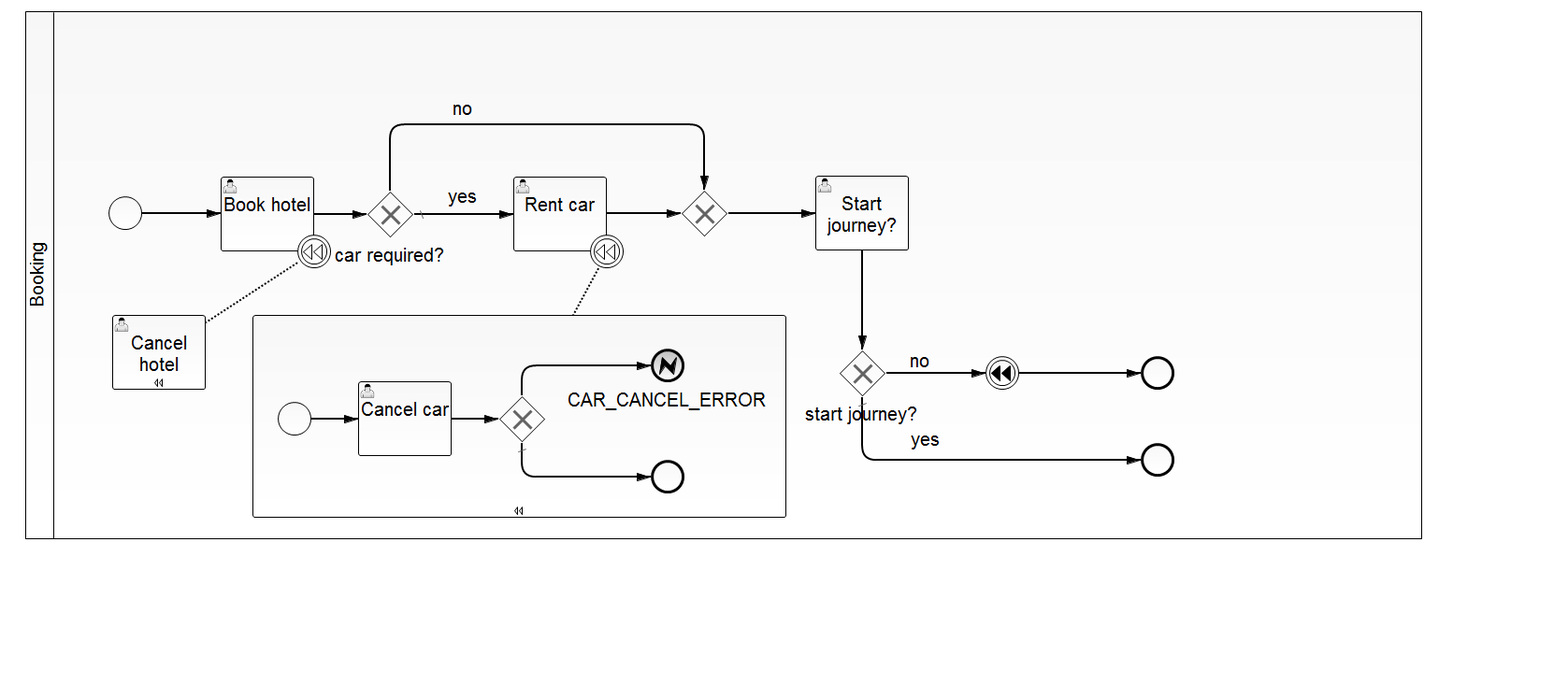
This is bpmn-server/src/main/resources/CompensationTest.png from gheddie/bpmn_watcher_all_new, a BPMN export, as it was before one commit. Its source is kept beside it as bpmn-server/src/main/resources/CompensationTest.bpmn. Ids are renumbered.
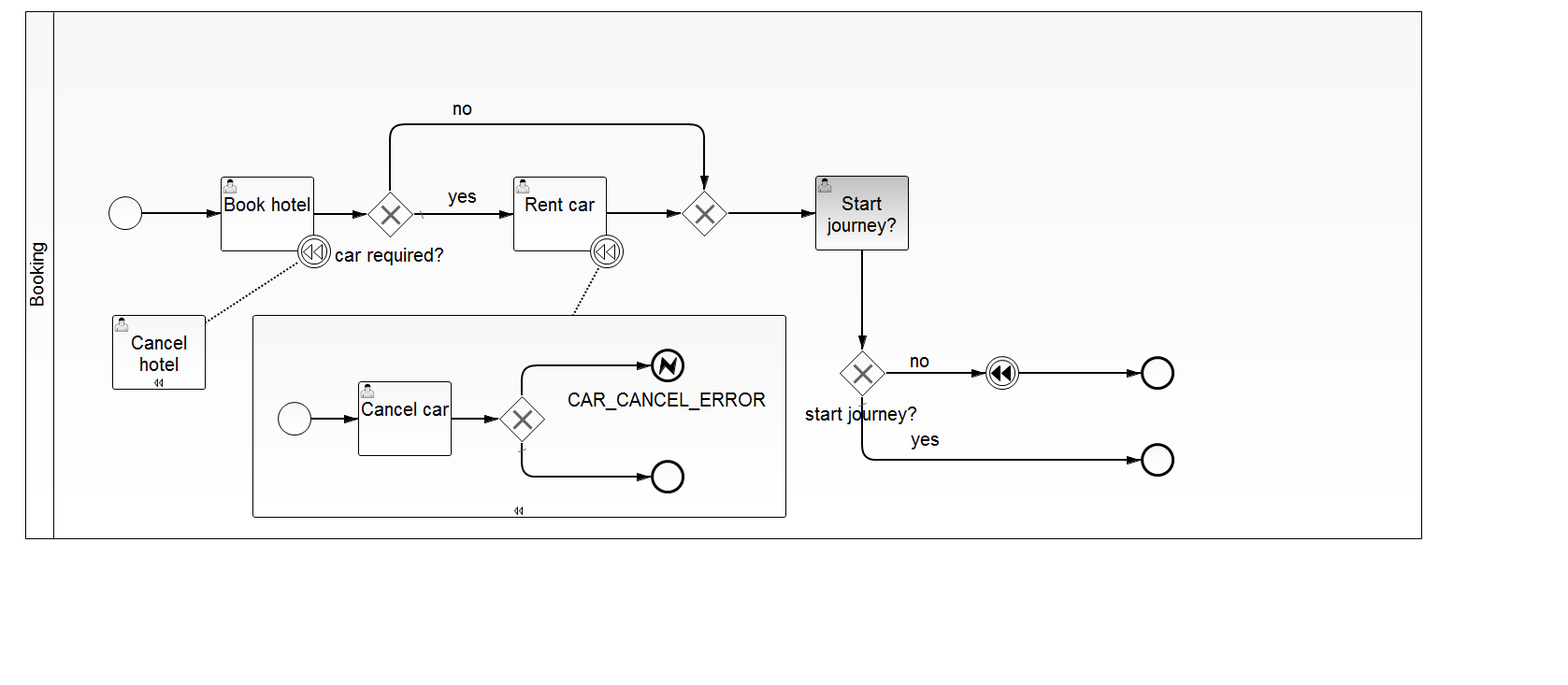
The same diagram one commit later.

Diff of the diagram source:
```diff
@@ -7,6 +7,11 @@
       <bpmn2:compensateEventDefinition id="_CompensateEventDefinition_3" waitForCompletion="false"/>
     </bpmn2:boundaryEvent>
     <bpmn2:userTask id="UserTask_1" name="Book hotel">
+      <bpmn2:extensionElements>
+        <camunda:formData>
+          <camunda:formField id="carRequired" label="carRequired" type="boolean" defaultValue="false"/>
+        </camunda:formData>
+      </bpmn2:extensionElements>
       <bpmn2:incoming>SequenceFlow_1</bpmn2:incoming>
       <bpmn2:outgoing>SequenceFlow_2</bpmn2:outgoing>
     </bpmn2:userTask>
@@ -51,6 +56,11 @@
     </bpmn2:exclusiveGateway>
     <bpmn2:sequenceFlow id="flowDoJourney" name="yes" sourceRef="ExclusiveGateway_1" targetRef="EndEvent_1"/>
     <bpmn2:userTask id="UserTask_5" name="Start journey?">
+      <bpmn2:extensionElements>
+        <camunda:formData>
+          <camunda:formField id="startJourney" label="startJourney" type="boolean" defaultValue="true"/>
+        </camunda:formData>
+      </bpmn2:extensionElements>
       <bpmn2:incoming>SequenceFlow_7</bpmn2:incoming>
       <bpmn2:outgoing>SequenceFlow_n1</bpmn2:outgoing>
     </bpmn2:userTask>
```
